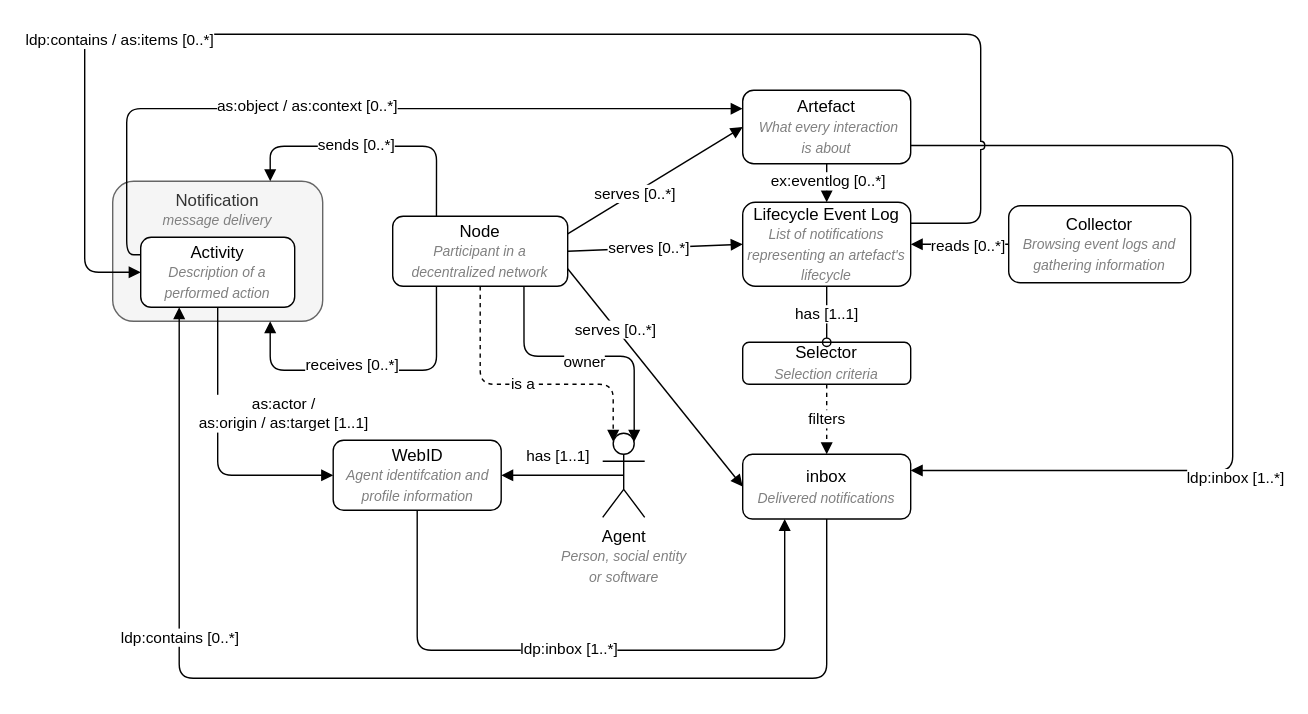
Before: page "General" (3 of 3) of diagrams/terminology.drawio in MellonScholarlyCommunication/spec-overview, a draw.io diagram. Source tidied: cells renumbered, new cells numbered last; positions are measured from the earlier drawing's top-left corner, leaving out a move shared by most shapes. Both pictures are drawn from the tidied source at 140%, with x=0, y=0 at pixel (84, 34).
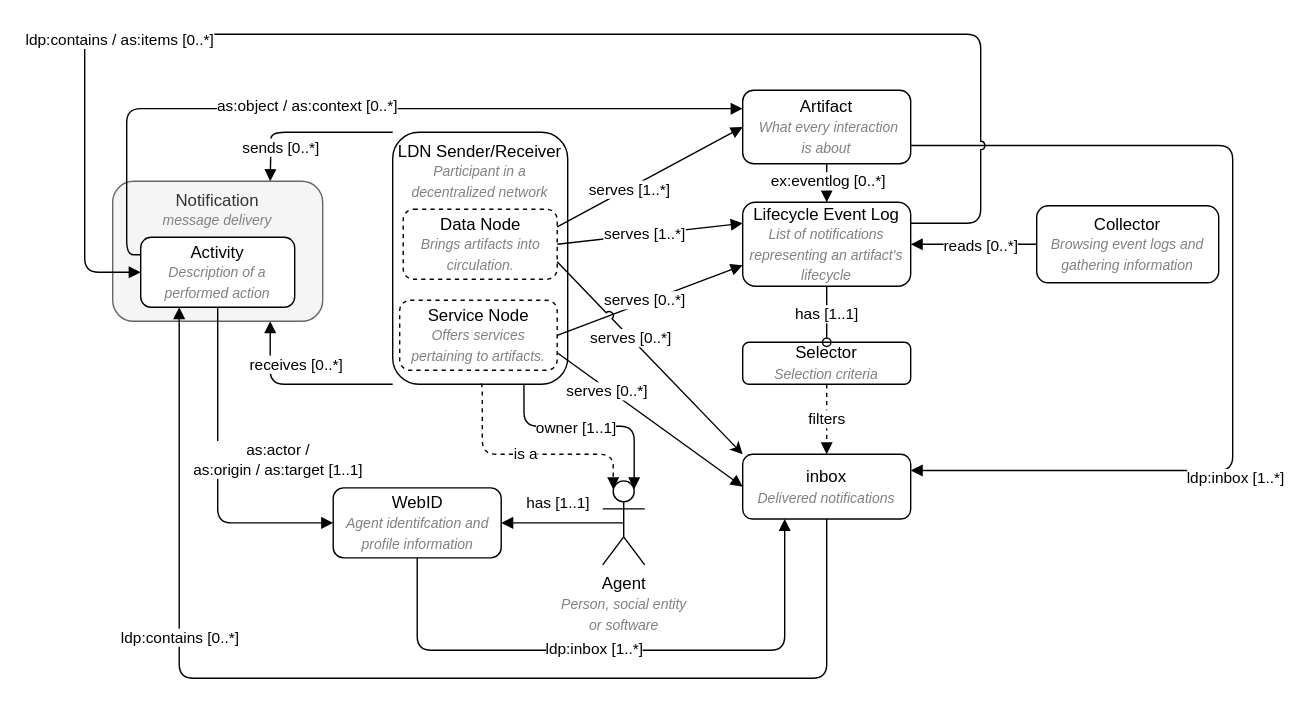
The same diagram, later.

The change refers to these unchanged cells:
```xml
<mxCell id="8" value="inbox&lt;br&gt;&lt;i&gt;&lt;font style=&quot;font-size: 10px&quot; color=&quot;#808080&quot;&gt;Delivered notifications&lt;/font&gt;&lt;/i&gt;" style="rounded=1;whiteSpace=wrap;html=1;fillColor=none;" parent="1" vertex="1">
  <mxGeometry x="470" y="300" width="120" height="46.2" as="geometry" />
</mxCell>
<mxCell id="21" value="Notification&lt;br&gt;&lt;i&gt;&lt;font style=&quot;font-size: 10px&quot; color=&quot;#808080&quot;&gt;message delivery&lt;/font&gt;&lt;/i&gt;" style="rounded=1;whiteSpace=wrap;html=1;fillColor=#f5f5f5;verticalAlign=top;fontColor=#333333;strokeColor=#666666;" parent="1" vertex="1">
  <mxGeometry x="20" y="105" width="150" height="100" as="geometry" />
</mxCell>
```

Diff of the diagram source:
```diff
@@
-    <mxCell id="2" style="edgeStyle=none;html=1;entryX=0;entryY=0.5;entryDx=0;entryDy=0;endArrow=block;endFill=1;exitX=1;exitY=0.25;exitDx=0;exitDy=0;" parent="1" edge="1" source="27" target="18">
+    <mxCell id="2" style="edgeStyle=none;html=1;entryX=0;entryY=0.5;entryDx=0;entryDy=0;endArrow=block;endFill=1;exitX=1;exitY=0.25;exitDx=0;exitDy=0;" parent="1" edge="1" source="50" target="18">
       <mxGeometry relative="1" as="geometry" />
     </mxCell>
-    <mxCell id="3" value="serves [0..*]" style="edgeLabel;html=1;align=center;verticalAlign=middle;" parent="2" vertex="1">
+    <mxCell id="3" value="serves [1..*]" style="edgeLabel;html=1;align=center;verticalAlign=middle;" parent="2" vertex="1">
       <mxGeometry x="-0.23" y="1" relative="1" as="geometry">
         <mxPoint y="1" as="offset" />
       </mxGeometry>
     </mxCell>
-    <mxCell id="4" style="edgeStyle=none;html=1;exitX=1;exitY=0.5;exitDx=0;exitDy=0;entryX=0;entryY=0.5;entryDx=0;entryDy=0;endArrow=block;endFill=1;" parent="1" edge="1" source="27" target="13">
+    <mxCell id="4" style="edgeStyle=none;html=1;exitX=1;exitY=0.5;exitDx=0;exitDy=0;entryX=0;entryY=0.75;entryDx=0;entryDy=0;endArrow=block;endFill=1;" parent="1" edge="1" source="51" target="13">
       <mxGeometry relative="1" as="geometry" />
     </mxCell>
@@
-    <mxCell id="6" style="edgeStyle=none;html=1;exitX=1;exitY=0.75;exitDx=0;exitDy=0;entryX=0;entryY=0.5;entryDx=0;entryDy=0;endArrow=block;endFill=1;" parent="1" edge="1" source="27" target="8">
+    <mxCell id="6" style="edgeStyle=none;html=1;exitX=1;exitY=0.75;exitDx=0;exitDy=0;entryX=0;entryY=0.5;entryDx=0;entryDy=0;endArrow=block;endFill=1;" parent="1" edge="1" source="51" target="8">
       <mxGeometry relative="1" as="geometry" />
     </mxCell>
@@
-    <mxCell id="13" value="Lifecycle Event Log&lt;br&gt;&lt;i&gt;&lt;font style=&quot;font-size: 10px&quot; color=&quot;#808080&quot;&gt;List of notifications representing an artefact's lifecycle&lt;/font&gt;&lt;/i&gt;" style="rounded=1;whiteSpace=wrap;html=1;fillColor=none;" parent="1" vertex="1">
+    <mxCell id="13" value="Lifecycle Event Log&lt;br&gt;&lt;i&gt;&lt;font style=&quot;font-size: 10px&quot; color=&quot;#808080&quot;&gt;List of notifications representing an artifact's lifecycle&lt;/font&gt;&lt;/i&gt;" style="rounded=1;whiteSpace=wrap;html=1;fillColor=none;" parent="1" vertex="1">
       <mxGeometry x="470" y="120" width="120" height="60" as="geometry" />
     </mxCell>
@@
-    <mxCell id="18" value="Artefact&lt;br&gt;&amp;nbsp;&lt;i&gt;&lt;font style=&quot;font-size: 10px&quot; color=&quot;#808080&quot;&gt;What every interaction &lt;br&gt;is about&lt;/font&gt;&lt;/i&gt;" style="rounded=1;whiteSpace=wrap;html=1;fillColor=none;strokeColor=#000000;strokeWidth=1;" parent="1" vertex="1">
+    <mxCell id="18" value="Artifact&lt;br&gt;&amp;nbsp;&lt;i&gt;&lt;font style=&quot;font-size: 10px&quot; color=&quot;#808080&quot;&gt;What every interaction &lt;br&gt;is about&lt;/font&gt;&lt;/i&gt;" style="rounded=1;whiteSpace=wrap;html=1;fillColor=none;strokeColor=#000000;strokeWidth=1;" parent="1" vertex="1">
       <mxGeometry x="470" y="40" width="120" height="52.5" as="geometry" />
     </mxCell>
@@
     <mxCell id="23" style="edgeStyle=orthogonalEdgeStyle;html=1;exitX=0.75;exitY=1;exitDx=0;exitDy=0;endArrow=block;endFill=1;entryX=0.75;entryY=0.1;entryDx=0;entryDy=0;entryPerimeter=0;" parent="1" edge="1" source="27" target="43">
       <mxGeometry relative="1" as="geometry">
         <Array as="points">
-          <mxPoint x="314" y="230" />
-          <mxPoint x="393" y="230" />
+          <mxPoint x="314" y="280" />
+          <mxPoint x="393" y="280" />
         </Array>
       </mxGeometry>
     </mxCell>
-    <mxCell id="24" value="owner" style="edgeLabel;html=1;align=center;verticalAlign=middle;" parent="23" vertex="1">
+    <mxCell id="24" value="owner [1..1]" style="edgeLabel;html=1;align=center;verticalAlign=middle;" parent="23" vertex="1">
       <mxGeometry x="-0.29" y="-1" relative="1" as="geometry">
-        <mxPoint x="26" y="2" as="offset" />
+        <mxPoint x="12" y="-1" as="offset" />
       </mxGeometry>
     </mxCell>
     <mxCell id="25" style="edgeStyle=orthogonalEdgeStyle;jumpStyle=arc;html=1;exitX=0.5;exitY=1;exitDx=0;exitDy=0;entryX=0.25;entryY=0.1;entryDx=0;entryDy=0;entryPerimeter=0;startArrow=none;startFill=0;endArrow=block;endFill=1;dashed=1;" parent="1" edge="1" source="27" target="43">
       <mxGeometry relative="1" as="geometry">
         <Array as="points">
-          <mxPoint x="283" y="250" />
-          <mxPoint x="378" y="250" />
+          <mxPoint x="284" y="250" />
+          <mxPoint x="284" y="300" />
+          <mxPoint x="378" y="300" />
         </Array>
       </mxGeometry>
     </mxCell>
@@
-    <mxCell id="27" value="Node&lt;br&gt;&lt;font color=&quot;#808080&quot;&gt;&lt;span style=&quot;font-size: 10px&quot;&gt;&lt;i&gt;Participant in a&lt;br&gt;decentralized network&lt;/i&gt;&lt;/span&gt;&lt;/font&gt;" style="rounded=1;whiteSpace=wrap;html=1;fillColor=none;" parent="1" vertex="1">
-      <mxGeometry x="220" y="130" width="125" height="50" as="geometry" />
+    <mxCell id="27" value="LDN Sender/Receiver&lt;br&gt;&lt;font color=&quot;#808080&quot;&gt;&lt;span style=&quot;font-size: 10px&quot;&gt;&lt;i&gt;Participant in a&lt;br&gt;decentralized network&lt;/i&gt;&lt;/span&gt;&lt;/font&gt;" style="rounded=1;whiteSpace=wrap;html=1;fillColor=none;verticalAlign=top;" parent="1" vertex="1">
+      <mxGeometry x="220" y="70" width="125" height="180" as="geometry" />
     </mxCell>
@@
-    <mxCell id="31" style="edgeStyle=orthogonalEdgeStyle;html=1;endArrow=block;endFill=1;entryX=0.75;entryY=0;entryDx=0;entryDy=0;exitX=0.25;exitY=0;exitDx=0;exitDy=0;" parent="1" edge="1" source="27" target="21">
+    <mxCell id="31" style="edgeStyle=orthogonalEdgeStyle;html=1;endArrow=block;endFill=1;entryX=0.75;entryY=0;entryDx=0;entryDy=0;exitX=0;exitY=0;exitDx=0;exitDy=0;" parent="1" edge="1" source="27" target="21">
       <mxGeometry relative="1" as="geometry">
         <Array as="points">
-          <mxPoint x="251" y="80" />
+          <mxPoint x="133" y="70" />
           <mxPoint x="133" y="80" />
         </Array>
       </mxGeometry>
     </mxCell>
     <mxCell id="32" value="sends [0..*]" style="edgeLabel;html=1;align=center;verticalAlign=middle;" parent="31" vertex="1">
       <mxGeometry x="-0.26" y="-2" relative="1" as="geometry">
-        <mxPoint x="-36" as="offset" />
+        <mxPoint x="-36" y="12" as="offset" />
       </mxGeometry>
     </mxCell>
-    <mxCell id="33" style="edgeStyle=orthogonalEdgeStyle;html=1;exitX=0.75;exitY=1;exitDx=0;exitDy=0;entryX=0.25;entryY=1;entryDx=0;entryDy=0;endArrow=none;endFill=0;startArrow=block;startFill=1;" parent="1" edge="1" source="21" target="27">
+    <mxCell id="33" style="edgeStyle=orthogonalEdgeStyle;html=1;exitX=0.75;exitY=1;exitDx=0;exitDy=0;entryX=0;entryY=1;entryDx=0;entryDy=0;endArrow=none;endFill=0;startArrow=block;startFill=1;" parent="1" edge="1" source="21" target="27">
       <mxGeometry relative="1" as="geometry">
         <Array as="points">
-          <mxPoint x="133" y="240" />
-          <mxPoint x="251" y="240" />
+          <mxPoint x="133" y="250" />
         </Array>
       </mxGeometry>
     </mxCell>
     <mxCell id="34" value="receives [0..*]" style="edgeLabel;html=1;align=center;verticalAlign=middle;" parent="33" vertex="1">
       <mxGeometry x="-0.11" y="2" relative="1" as="geometry">
-        <mxPoint x="-2" y="-3" as="offset" />
+        <mxPoint x="4" y="-13" as="offset" />
       </mxGeometry>
     </mxCell>
@@
     <mxCell id="43" value="Agent&lt;br&gt;&lt;i style=&quot;font-size: 10px&quot;&gt;&lt;font color=&quot;#808080&quot;&gt;Person, social entity &lt;br&gt;or software&lt;/font&gt;&lt;/i&gt;" style="shape=umlActor;verticalLabelPosition=bottom;verticalAlign=top;html=1;outlineConnect=0;" parent="1" vertex="1">
-      <mxGeometry x="370" y="285" width="30" height="60" as="geometry" />
+      <mxGeometry x="370" y="319" width="30" height="60" as="geometry" />
     </mxCell>
@@
     <mxCell id="46" value="WebID&lt;br&gt;&lt;i&gt;&lt;font style=&quot;font-size: 10px&quot; color=&quot;#808080&quot;&gt;Agent identifcation and profile information&lt;/font&gt;&lt;/i&gt;" style="rounded=1;whiteSpace=wrap;html=1;fillColor=none;" parent="1" vertex="1">
-      <mxGeometry x="177.5" y="290" width="120" height="50" as="geometry" />
+      <mxGeometry x="177.5" y="324" width="120" height="50" as="geometry" />
     </mxCell>
     <mxCell id="47" value="Collector&lt;br&gt;&lt;font style=&quot;font-size: 10px&quot; color=&quot;#808080&quot;&gt;&lt;i&gt;Browsing event logs and gathering information&lt;/i&gt;&lt;/font&gt;" style="rounded=1;whiteSpace=wrap;html=1;fillColor=default;" parent="1" vertex="1">
-      <mxGeometry x="660" y="122.5" width="130" height="55" as="geometry" />
+      <mxGeometry x="680" y="122.5" width="130" height="55" as="geometry" />
     </mxCell>
+    <mxCell id="48" style="edgeStyle=none;html=1;exitX=1;exitY=0.75;exitDx=0;exitDy=0;entryX=0;entryY=0;entryDx=0;entryDy=0;jumpStyle=arc;" parent="1" edge="1" source="50" target="8">
+      <mxGeometry relative="1" as="geometry" />
+    </mxCell>
+    <mxCell id="49" value="serves [0..*]" style="edgeLabel;html=1;align=center;verticalAlign=middle;" parent="48" vertex="1">
+      <mxGeometry x="-0.21" relative="1" as="geometry" />
+    </mxCell>
+    <mxCell id="50" value="Data Node&lt;br&gt;&lt;font color=&quot;#808080&quot;&gt;&lt;span style=&quot;font-size: 10px&quot;&gt;&lt;i&gt;Brings artifacts into circulation.&lt;/i&gt;&lt;/span&gt;&lt;/font&gt;" style="rounded=1;whiteSpace=wrap;html=1;fillColor=none;dashed=1;" parent="1" vertex="1">
+      <mxGeometry x="227.5" y="125" width="110" height="50" as="geometry" />
+    </mxCell>
+    <mxCell id="51" value="Service Node&lt;br&gt;&lt;font color=&quot;#808080&quot;&gt;&lt;span style=&quot;font-size: 10px&quot;&gt;&lt;i&gt;Offers services&lt;br&gt;pertaining to artifacts.&lt;/i&gt;&lt;/span&gt;&lt;/font&gt;" style="rounded=1;whiteSpace=wrap;html=1;fillColor=none;dashed=1;" parent="1" vertex="1">
+      <mxGeometry x="225" y="190" width="112.5" height="50" as="geometry" />
+    </mxCell>
+    <mxCell id="52" style="edgeStyle=none;html=1;exitX=1;exitY=0.5;exitDx=0;exitDy=0;entryX=0;entryY=0.25;entryDx=0;entryDy=0;endArrow=block;endFill=1;" parent="1" edge="1" source="50" target="13">
+      <mxGeometry relative="1" as="geometry" />
+    </mxCell>
+    <mxCell id="53" value="serves [1..*]" style="edgeLabel;html=1;align=center;verticalAlign=middle;" parent="52" vertex="1">
+      <mxGeometry x="0.03" y="2" relative="1" as="geometry">
+        <mxPoint x="-6" y="2" as="offset" />
+      </mxGeometry>
+    </mxCell>
```
